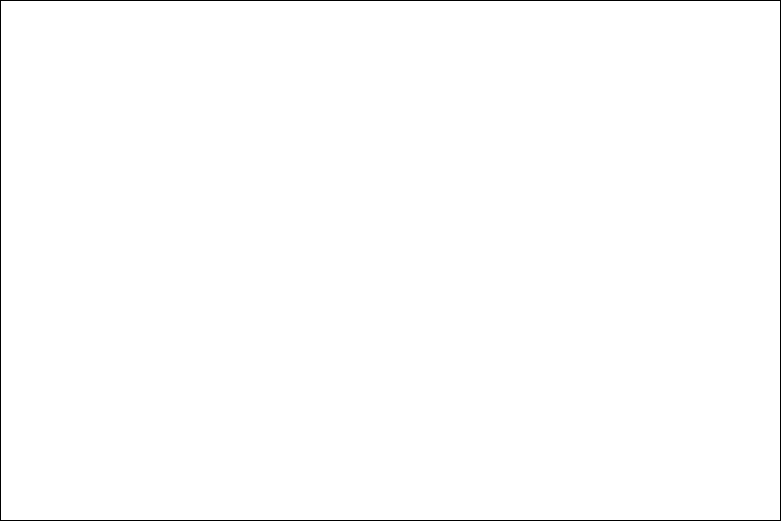
Above: Flowcharts and Diagrams/Odysseus DB Diagram.png in dpalencia/EasyEats (draw.io), before the change. Source tidied: cells renumbered, new cells last; positions are measured from the earlier drawing's top-left corner, leaving out a move shared by most shapes.
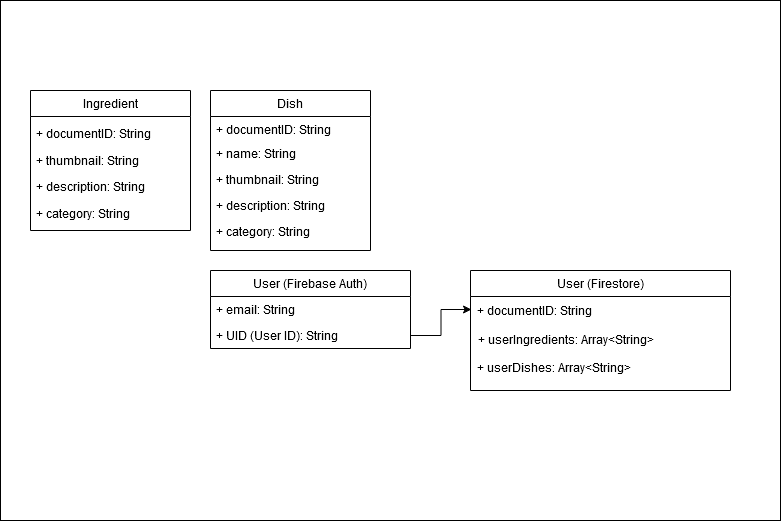
Above is the later version.

Change to the diagram source:
```diff
@@ -5,5 +5,62 @@
     <mxCell id="2" style="rounded=0;whiteSpace=wrap;html=1;" parent="1" vertex="1">
       <mxGeometry width="780" height="520" as="geometry" />
     </mxCell>
+    <mxCell id="3" value="+ userIngredients: Array&lt;String&gt;" style="text;strokeColor=none;fillColor=none;align=left;verticalAlign=top;spacingLeft=4;spacingRight=4;overflow=hidden;" parent="1" vertex="1">
+      <mxGeometry x="472" y="326" width="259" height="28" as="geometry" />
+    </mxCell>
+    <mxCell id="4" value="+ userDishes: Array&lt;String&gt;" style="text;strokeColor=none;fillColor=none;align=left;verticalAlign=top;spacingLeft=4;spacingRight=4;overflow=hidden;" parent="1" vertex="1">
+      <mxGeometry x="471" y="354" width="259" height="28" as="geometry" />
+    </mxCell>
+    <mxCell id="5" value="+ thumbnail: String" style="text;align=left;verticalAlign=top;spacingLeft=4;spacingRight=4;overflow=hidden;rounded=0;shadow=0;html=0;" parent="1" vertex="1">
+      <mxGeometry x="30" y="147" width="160" height="26" as="geometry" />
+    </mxCell>
+    <mxCell id="6" value="+ documentID: String" style="text;align=left;verticalAlign=top;spacingLeft=4;spacingRight=4;overflow=hidden;" parent="1" vertex="1">
+      <mxGeometry x="30" y="120" width="160" height="26" as="geometry" />
+    </mxCell>
+    <mxCell id="7" value="+ description: String" style="text;align=left;verticalAlign=top;spacingLeft=4;spacingRight=4;overflow=hidden;rounded=0;shadow=0;html=0;" parent="1" vertex="1">
+      <mxGeometry x="30" y="173" width="160" height="30" as="geometry" />
+    </mxCell>
+    <mxCell id="8" value="+ name: String" style="text;align=left;verticalAlign=top;spacingLeft=4;spacingRight=4;overflow=hidden;" parent="1" vertex="1">
+      <mxGeometry x="210" y="140" width="160" height="26" as="geometry" />
+    </mxCell>
+    <mxCell id="9" value="+ thumbnail: String" style="text;align=left;verticalAlign=top;spacingLeft=4;spacingRight=4;overflow=hidden;rounded=0;shadow=0;html=0;" parent="1" vertex="1">
+      <mxGeometry x="210" y="166" width="160" height="26" as="geometry" />
+    </mxCell>
+    <mxCell id="10" value="+ description: String" style="text;align=left;verticalAlign=top;spacingLeft=4;spacingRight=4;overflow=hidden;rounded=0;shadow=0;html=0;" parent="1" vertex="1">
+      <mxGeometry x="210" y="192" width="160" height="26" as="geometry" />
+    </mxCell>
+    <mxCell id="11" value="+ documentID: String" style="text;strokeColor=none;fillColor=none;align=left;verticalAlign=top;spacingLeft=4;spacingRight=4;overflow=hidden;points=[[0,0.5],[1,0.5]];portConstraint=eastwest;" parent="1" vertex="1">
+      <mxGeometry x="471" y="296.5" width="260" height="25" as="geometry" />
+    </mxCell>
+    <mxCell id="12" style="edgeStyle=orthogonalEdgeStyle;rounded=0;jettySize=auto;html=1;entryX=0;entryY=0.5;entryDx=0;entryDy=0;" parent="1" edge="1" source="18" target="11">
+      <mxGeometry relative="1" as="geometry" />
+    </mxCell>
+    <mxCell id="13" value="Ingredient" style="swimlane;fontStyle=0;align=center;verticalAlign=top;horizontal=1;startSize=26;rounded=0;shadow=0;strokeWidth=1;" parent="1" vertex="1">
+      <mxGeometry x="30" y="90" width="160" height="140" as="geometry" />
+    </mxCell>
+    <mxCell id="14" value="Dish" style="swimlane;fontStyle=0;align=center;verticalAlign=top;horizontal=1;startSize=26;rounded=0;shadow=0;strokeWidth=1;" parent="1" vertex="1">
+      <mxGeometry x="210" y="90" width="160" height="160" as="geometry" />
+    </mxCell>
+    <mxCell id="15" value="+ documentID: String" style="text;align=left;verticalAlign=top;spacingLeft=4;spacingRight=4;overflow=hidden;rounded=0;shadow=0;html=0;" parent="14" vertex="1">
+      <mxGeometry y="26" width="160" height="26" as="geometry" />
+    </mxCell>
+    <mxCell id="16" value="User (Firebase Auth)" style="swimlane;fontStyle=0;horizontal=1;startSize=26;fillColor=none;" parent="1" vertex="1">
+      <mxGeometry x="210" y="270" width="200" height="78" as="geometry" />
+    </mxCell>
+    <mxCell id="17" value="+ email: String" style="text;strokeColor=none;fillColor=none;align=left;verticalAlign=top;spacingLeft=4;spacingRight=4;overflow=hidden;" parent="16" vertex="1">
+      <mxGeometry y="26" width="200" height="26" as="geometry" />
+    </mxCell>
+    <mxCell id="18" value="+ UID (User ID): String" style="text;strokeColor=none;fillColor=none;align=left;verticalAlign=top;spacingLeft=4;spacingRight=4;overflow=hidden;points=[[0,0.5],[1,0.5]];portConstraint=eastwest;" parent="16" vertex="1">
+      <mxGeometry y="52" width="200" height="26" as="geometry" />
+    </mxCell>
+    <mxCell id="19" value="User (Firestore)" style="swimlane;fontStyle=0;horizontal=1;startSize=26;fillColor=none;" parent="1" vertex="1">
+      <mxGeometry x="470" y="270" width="260" height="120" as="geometry" />
+    </mxCell>
+    <mxCell id="20" value="+ category: String" style="text;align=left;verticalAlign=top;spacingLeft=4;spacingRight=4;overflow=hidden;rounded=0;shadow=0;html=0;" parent="1" vertex="1">
+      <mxGeometry x="30" y="200" width="160" height="30" as="geometry" />
+    </mxCell>
+    <mxCell id="21" value="+ category: String" style="text;align=left;verticalAlign=top;spacingLeft=4;spacingRight=4;overflow=hidden;rounded=0;shadow=0;html=0;" parent="1" vertex="1">
+      <mxGeometry x="210" y="218" width="160" height="26" as="geometry" />
+    </mxCell>
   </root>
 </mxGraphModel>
```
